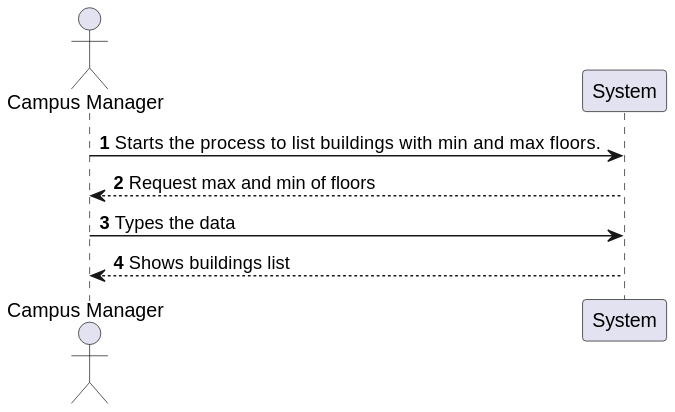
Before: Visualization/docs/US_1120/Diagrams/Level1/ProcessView.svg, a diagram exported from PlantUML (Pedro-Pereira1/sem5pi_23_24_g056_Visualization). Source of this version:
```plantuml
@startuml
autonumber
actor "Campus Manager" as CM

CM -> System: Starts the process to  list buildings with min and max floors.
System --> CM: Request max and min of floors
CM -> System: Types the data
CM <-- System: Shows buildings list
@enduml
```
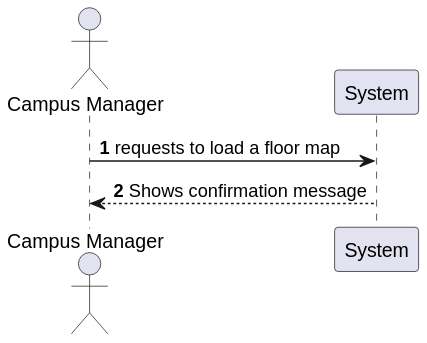
After the change.

What changed in the source:
```diff
@@ -1,9 +1,10 @@
 @startuml
+
 autonumber
 actor "Campus Manager" as CM
 
-CM -> System: Starts the process to  list buildings with min and max floors.
-System --> CM: Request max and min of floors
-CM -> System: Types the data
-CM <-- System: Shows buildings list
+CM -> System: requests to load a floor map
+CM <-- System: Shows confirmation message
+
+
 @enduml
```
